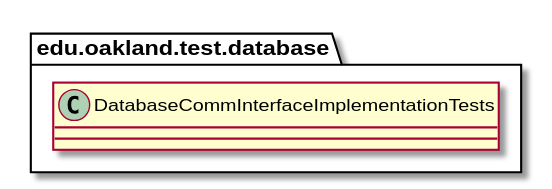
This is docs/uml-class-diagrams/database/test/DatabaseCommInterfaceImplementationTests/DatabaseCommInterfaceImplementationTests.svg from elilley15/csi-3370-software-project, a PlantUML export, as it was before one commit.
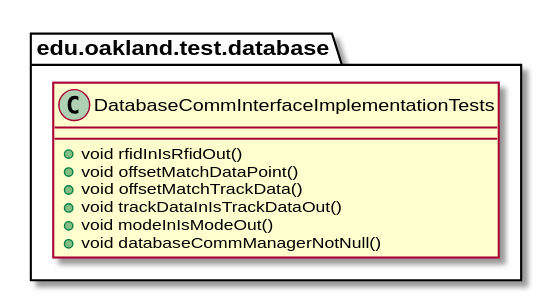
The same diagram one commit later.

Diff of the diagram source:
```diff
@@ -2,7 +2,12 @@
 
 package edu.oakland.test.database {
     class DatabaseCommInterfaceImplementationTests {
-
+        + void rfidInIsRfidOut()
+        + void offsetMatchDataPoint()
+        + void offsetMatchTrackData()
+        + void trackDataInIsTrackDataOut()
+        + void modeInIsModeOut()
+        + void databaseCommManagerNotNull()
     }
 }
 
```
